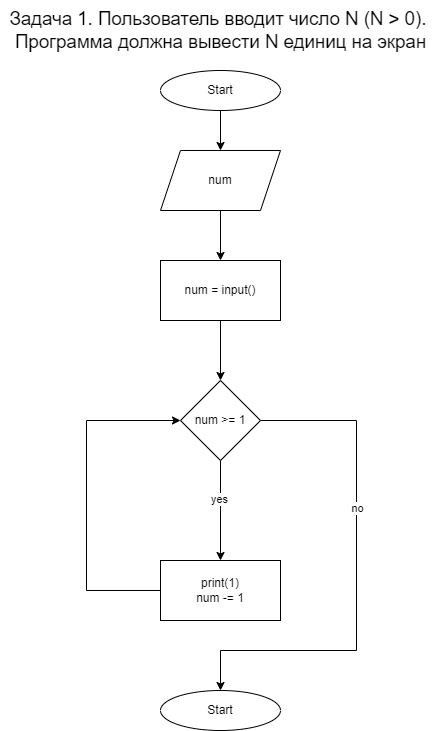
Before: Lesson_1._Introdutions_to_C#/additional_tasks/Task1/Block_Diagram_For_Task1.png, a diagram exported from draw.io (DmitriyPyanzin/HomeWork). Source tidied: cells renumbered, new cells last; positions are measured from the earlier drawing's top-left corner, leaving out a move shared by most shapes. The source it was exported from:
```xml
<mxGraphModel>
  <root>
    <mxCell id="0" />
    <mxCell id="1" parent="0" />
    <mxCell id="2" value="&lt;span id=&quot;docs-internal-guid-68ddafdc-7fff-5004-a992-44415bb2a695&quot;&gt;&lt;span style=&quot;font-size: 14pt; font-family: Arial; background-color: transparent; font-variant-numeric: normal; font-variant-east-asian: normal; vertical-align: baseline;&quot;&gt;Задача 1. Пользователь вводит число N (N &amp;gt; 0). &lt;br&gt;Программа должна вывести N единиц на экран&lt;/span&gt;&lt;/span&gt;" style="text;html=1;align=center;verticalAlign=middle;strokeColor=none;fillColor=none;" parent="1" vertex="1">
      <mxGeometry width="440" height="60" as="geometry" />
    </mxCell>
    <mxCell id="3" style="edgeStyle=orthogonalEdgeStyle;rounded=0;jettySize=auto;html=1;exitX=0.5;exitY=1;exitDx=0;exitDy=0;entryX=0.5;entryY=0;entryDx=0;entryDy=0;" parent="1" edge="1" source="4" target="6">
      <mxGeometry relative="1" as="geometry" />
    </mxCell>
    <mxCell id="4" value="Start" style="ellipse;whiteSpace=wrap;html=1;" parent="1" vertex="1">
      <mxGeometry x="160" y="70" width="120" height="40" as="geometry" />
    </mxCell>
    <mxCell id="5" style="edgeStyle=orthogonalEdgeStyle;rounded=0;jettySize=auto;html=1;exitX=0.5;exitY=1;exitDx=0;exitDy=0;entryX=0.5;entryY=0;entryDx=0;entryDy=0;" parent="1" edge="1" source="6" target="8">
      <mxGeometry relative="1" as="geometry" />
    </mxCell>
    <mxCell id="6" value="num" style="shape=parallelogram;perimeter=parallelogramPerimeter;whiteSpace=wrap;html=1;fixedSize=1;" parent="1" vertex="1">
      <mxGeometry x="160" y="150" width="120" height="60" as="geometry" />
    </mxCell>
    <mxCell id="7" style="edgeStyle=orthogonalEdgeStyle;rounded=0;jettySize=auto;html=1;exitX=0.5;exitY=1;exitDx=0;exitDy=0;" parent="1" edge="1" source="8" target="13">
      <mxGeometry relative="1" as="geometry" />
    </mxCell>
    <mxCell id="8" value="num = input()" style="rounded=0;whiteSpace=wrap;html=1;" parent="1" vertex="1">
      <mxGeometry x="160" y="260" width="120" height="60" as="geometry" />
    </mxCell>
    <mxCell id="9" style="edgeStyle=orthogonalEdgeStyle;rounded=0;jettySize=auto;html=1;exitX=0.5;exitY=1;exitDx=0;exitDy=0;entryX=0.5;entryY=0;entryDx=0;entryDy=0;" parent="1" edge="1" source="13" target="15">
      <mxGeometry relative="1" as="geometry" />
    </mxCell>
    <mxCell id="10" value="yes" style="edgeLabel;html=1;align=center;verticalAlign=middle;" parent="9" vertex="1">
      <mxGeometry x="-0.24" y="-2" relative="1" as="geometry" />
    </mxCell>
    <mxCell id="11" style="edgeStyle=orthogonalEdgeStyle;rounded=0;jettySize=auto;html=1;exitX=1;exitY=0.5;exitDx=0;exitDy=0;" parent="1" edge="1" source="13" target="16">
      <mxGeometry relative="1" as="geometry">
        <Array as="points">
          <mxPoint x="356" y="420" />
          <mxPoint x="356" y="650" />
          <mxPoint x="220" y="650" />
        </Array>
      </mxGeometry>
    </mxCell>
    <mxCell id="12" value="no" style="edgeLabel;html=1;align=center;verticalAlign=middle;" parent="11" vertex="1">
      <mxGeometry x="-0.27" relative="1" as="geometry" />
    </mxCell>
    <mxCell id="13" value="num &amp;gt;= 1" style="rhombus;whiteSpace=wrap;html=1;" parent="1" vertex="1">
      <mxGeometry x="180" y="380" width="80" height="80" as="geometry" />
    </mxCell>
    <mxCell id="14" style="edgeStyle=orthogonalEdgeStyle;rounded=0;jettySize=auto;html=1;exitX=0;exitY=0.5;exitDx=0;exitDy=0;entryX=0;entryY=0.5;entryDx=0;entryDy=0;" parent="1" edge="1" source="15" target="13">
      <mxGeometry relative="1" as="geometry">
        <Array as="points">
          <mxPoint x="86" y="590" />
          <mxPoint x="86" y="420" />
        </Array>
      </mxGeometry>
    </mxCell>
    <mxCell id="15" value="print(1)&lt;br&gt;num -= 1" style="rounded=0;whiteSpace=wrap;html=1;" parent="1" vertex="1">
      <mxGeometry x="160" y="560" width="120" height="60" as="geometry" />
    </mxCell>
    <mxCell id="16" value="Start" style="ellipse;whiteSpace=wrap;html=1;" parent="1" vertex="1">
      <mxGeometry x="160" y="690" width="120" height="40" as="geometry" />
    </mxCell>
  </root>
</mxGraphModel>
```
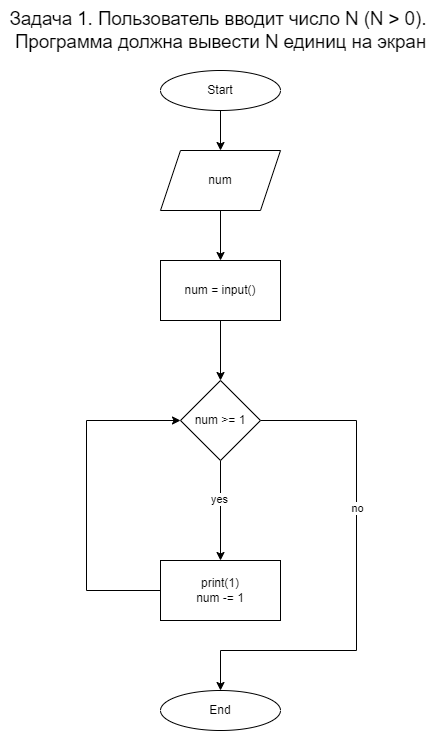
After the change.

Commit message:
Added_Additional_Task2_For_Topic1_Seminare1

Diff of the diagram source:
```diff
@@ -55,7 +55,7 @@
     <mxCell id="15" value="print(1)&lt;br&gt;num -= 1" style="rounded=0;whiteSpace=wrap;html=1;" parent="1" vertex="1">
       <mxGeometry x="160" y="560" width="120" height="60" as="geometry" />
     </mxCell>
-    <mxCell id="16" value="Start" style="ellipse;whiteSpace=wrap;html=1;" parent="1" vertex="1">
+    <mxCell id="16" value="End" style="ellipse;whiteSpace=wrap;html=1;" parent="1" vertex="1">
       <mxGeometry x="160" y="690" width="120" height="40" as="geometry" />
     </mxCell>
   </root>
```
